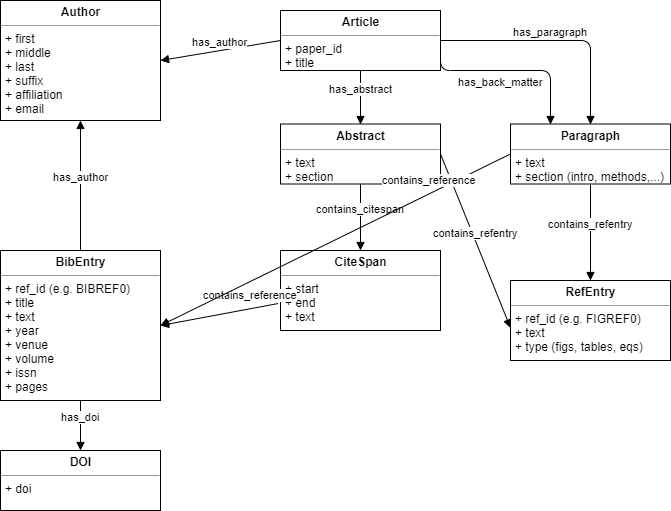
Earlier version of the draw.io export model/model.png (neobernad/covid19-knowledge-graph). Source tidied: cells renumbered, new cells last; positions are measured from the earlier drawing's top-left corner, leaving out a move shared by most shapes. Source of this version:
```xml
<mxGraphModel>
  <root>
    <mxCell id="0" />
    <mxCell id="1" parent="0" />
    <mxCell id="2" value="&lt;p style=&quot;margin: 0px ; margin-top: 4px ; text-align: center&quot;&gt;&lt;b&gt;Article&lt;/b&gt;&lt;/p&gt;&lt;hr size=&quot;1&quot;&gt;&lt;p style=&quot;margin: 0px ; margin-left: 4px&quot;&gt;+ paper_id&lt;br&gt;&lt;/p&gt;&lt;p style=&quot;margin: 0px ; margin-left: 4px&quot;&gt;+ title&lt;br&gt;&lt;/p&gt;" style="verticalAlign=top;align=left;overflow=fill;fontSize=12;fontFamily=Helvetica;html=1;" parent="1" vertex="1">
      <mxGeometry x="280" y="10" width="160" height="60" as="geometry" />
    </mxCell>
    <mxCell id="3" value="&lt;p style=&quot;margin: 0px ; margin-top: 4px ; text-align: center&quot;&gt;&lt;b&gt;Author&lt;/b&gt;&lt;/p&gt;&lt;hr size=&quot;1&quot;&gt;&lt;p style=&quot;margin: 0px ; margin-left: 4px&quot;&gt;+ first&lt;/p&gt;&lt;p style=&quot;margin: 0px ; margin-left: 4px&quot;&gt;+&amp;nbsp;middle&lt;/p&gt;&lt;p style=&quot;margin: 0px ; margin-left: 4px&quot;&gt;+&amp;nbsp;last&lt;/p&gt;&lt;p style=&quot;margin: 0px ; margin-left: 4px&quot;&gt;+&amp;nbsp;suffix&lt;/p&gt;&lt;p style=&quot;margin: 0px ; margin-left: 4px&quot;&gt;+&amp;nbsp;affiliation&lt;/p&gt;&lt;p style=&quot;margin: 0px ; margin-left: 4px&quot;&gt;+&amp;nbsp;email&lt;/p&gt;" style="verticalAlign=top;align=left;overflow=fill;fontSize=12;fontFamily=Helvetica;html=1;" parent="1" vertex="1">
      <mxGeometry width="160" height="120" as="geometry" />
    </mxCell>
    <mxCell id="4" value="has_author" style="html=1;verticalAlign=bottom;endArrow=block;entryX=1;entryY=0.5;entryDx=0;entryDy=0;exitX=0;exitY=0.5;exitDx=0;exitDy=0;" parent="1" edge="1" source="2" target="3">
      <mxGeometry relative="1" as="geometry" />
    </mxCell>
    <mxCell id="5" value="&lt;p style=&quot;margin: 4px 0px 0px ; text-align: center&quot;&gt;&lt;b&gt;Abstract&lt;/b&gt;&lt;br&gt;&lt;/p&gt;&lt;hr size=&quot;1&quot;&gt;&lt;p style=&quot;margin: 0px 0px 0px 4px&quot;&gt;+ text&lt;/p&gt;&lt;p style=&quot;margin: 0px 0px 0px 4px&quot;&gt;+&amp;nbsp;section&lt;/p&gt;" style="verticalAlign=top;align=left;overflow=fill;fontSize=12;fontFamily=Helvetica;html=1;" parent="1" vertex="1">
      <mxGeometry x="280" y="123.5" width="160" height="60" as="geometry" />
    </mxCell>
    <mxCell id="6" value="&lt;p style=&quot;margin: 4px 0px 0px ; text-align: center&quot;&gt;&lt;b&gt;CiteSpan&lt;/b&gt;&lt;br&gt;&lt;/p&gt;&lt;hr size=&quot;1&quot;&gt;&lt;p style=&quot;margin: 0px 0px 0px 4px&quot;&gt;+ start&lt;/p&gt;&lt;p style=&quot;margin: 0px 0px 0px 4px&quot;&gt;+ end&lt;/p&gt;&lt;p style=&quot;margin: 0px 0px 0px 4px&quot;&gt;+ text&lt;/p&gt;&lt;p style=&quot;margin: 0px 0px 0px 4px&quot;&gt;&lt;br&gt;&lt;/p&gt;" style="verticalAlign=top;align=left;overflow=fill;fontSize=12;fontFamily=Helvetica;html=1;" parent="1" vertex="1">
      <mxGeometry x="280" y="250" width="160" height="80" as="geometry" />
    </mxCell>
    <mxCell id="7" value="has_abstract" style="html=1;verticalAlign=bottom;endArrow=block;entryX=0.5;entryY=0;entryDx=0;entryDy=0;exitX=0.5;exitY=1;exitDx=0;exitDy=0;edgeStyle=orthogonalEdgeStyle;" parent="1" edge="1" source="2" target="5">
      <mxGeometry relative="1" as="geometry" />
    </mxCell>
    <mxCell id="8" value="contains_citespan" style="html=1;verticalAlign=bottom;endArrow=block;entryX=0.5;entryY=0;entryDx=0;entryDy=0;exitX=0.5;exitY=1;exitDx=0;exitDy=0;" parent="1" edge="1" source="5" target="6">
      <mxGeometry relative="1" as="geometry" />
    </mxCell>
    <mxCell id="9" value="&lt;p style=&quot;margin: 4px 0px 0px ; text-align: center&quot;&gt;&lt;b&gt;BibEntry&lt;/b&gt;&lt;br&gt;&lt;/p&gt;&lt;hr size=&quot;1&quot;&gt;&lt;p style=&quot;margin: 0px 0px 0px 4px&quot;&gt;+ ref_id (e.g. BIBREF0)&lt;/p&gt;&lt;p style=&quot;margin: 0px 0px 0px 4px&quot;&gt;+ title&lt;/p&gt;&lt;p style=&quot;margin: 0px 0px 0px 4px&quot;&gt;+ text&lt;/p&gt;&lt;p style=&quot;margin: 0px 0px 0px 4px&quot;&gt;+&amp;nbsp;year&lt;/p&gt;&lt;p style=&quot;margin: 0px 0px 0px 4px&quot;&gt;+&amp;nbsp;venue&lt;/p&gt;&lt;p style=&quot;margin: 0px 0px 0px 4px&quot;&gt;+&amp;nbsp;volume&lt;/p&gt;&lt;p style=&quot;margin: 0px 0px 0px 4px&quot;&gt;+ issn&lt;/p&gt;&lt;p style=&quot;margin: 0px 0px 0px 4px&quot;&gt;+&amp;nbsp;pages&lt;/p&gt;&lt;p style=&quot;margin: 0px 0px 0px 4px&quot;&gt;&lt;br&gt;&lt;/p&gt;" style="verticalAlign=top;align=left;overflow=fill;fontSize=12;fontFamily=Helvetica;html=1;" parent="1" vertex="1">
      <mxGeometry y="250" width="160" height="150" as="geometry" />
    </mxCell>
    <mxCell id="10" value="has_author" style="html=1;verticalAlign=bottom;endArrow=block;entryX=0.5;entryY=1;entryDx=0;entryDy=0;exitX=0.5;exitY=0;exitDx=0;exitDy=0;" parent="1" edge="1" source="9" target="3">
      <mxGeometry relative="1" as="geometry" />
    </mxCell>
    <mxCell id="11" value="contains_reference" style="html=1;verticalAlign=bottom;endArrow=block;entryX=1;entryY=0.5;entryDx=0;entryDy=0;exitX=-0.015;exitY=0.663;exitDx=0;exitDy=0;exitPerimeter=0;" parent="1" edge="1" source="6" target="9">
      <mxGeometry x="-0.55" y="-5" relative="1" as="geometry" />
    </mxCell>
    <mxCell id="12" value="&lt;p style=&quot;margin: 4px 0px 0px ; text-align: center&quot;&gt;&lt;b&gt;DOI&lt;/b&gt;&lt;br&gt;&lt;/p&gt;&lt;hr size=&quot;1&quot;&gt;&lt;p style=&quot;margin: 0px 0px 0px 4px&quot;&gt;+ doi&lt;/p&gt;" style="verticalAlign=top;align=left;overflow=fill;fontSize=12;fontFamily=Helvetica;html=1;" parent="1" vertex="1">
      <mxGeometry y="450" width="160" height="60" as="geometry" />
    </mxCell>
    <mxCell id="13" value="has_doi" style="html=1;verticalAlign=bottom;endArrow=block;entryX=0.5;entryY=0;entryDx=0;entryDy=0;exitX=0.5;exitY=1;exitDx=0;exitDy=0;" parent="1" edge="1" source="9" target="12">
      <mxGeometry relative="1" as="geometry" />
    </mxCell>
    <mxCell id="14" value="&lt;p style=&quot;margin: 4px 0px 0px ; text-align: center&quot;&gt;&lt;b&gt;RefEntry&lt;/b&gt;&lt;br&gt;&lt;/p&gt;&lt;hr size=&quot;1&quot;&gt;&lt;p style=&quot;margin: 0px 0px 0px 4px&quot;&gt;+ ref_id (e.g. FIGREF0)&lt;/p&gt;&lt;p style=&quot;margin: 0px 0px 0px 4px&quot;&gt;+ text&lt;/p&gt;&lt;p style=&quot;margin: 0px 0px 0px 4px&quot;&gt;+ type (figs, tables, eqs)&lt;/p&gt;&lt;p style=&quot;margin: 0px 0px 0px 4px&quot;&gt;&lt;br&gt;&lt;/p&gt;" style="verticalAlign=top;align=left;overflow=fill;fontSize=12;fontFamily=Helvetica;html=1;" parent="1" vertex="1">
      <mxGeometry x="510" y="280" width="160" height="80" as="geometry" />
    </mxCell>
    <mxCell id="15" value="contains_refentry" style="html=1;verticalAlign=bottom;endArrow=block;entryX=0;entryY=0.592;entryDx=0;entryDy=0;exitX=1;exitY=0.5;exitDx=0;exitDy=0;entryPerimeter=0;" parent="1" edge="1" source="5" target="14">
      <mxGeometry relative="1" as="geometry" />
    </mxCell>
    <mxCell id="16" value="&lt;p style=&quot;margin: 4px 0px 0px ; text-align: center&quot;&gt;&lt;b&gt;Paragraph&lt;/b&gt;&lt;br&gt;&lt;/p&gt;&lt;hr size=&quot;1&quot;&gt;&lt;p style=&quot;margin: 0px 0px 0px 4px&quot;&gt;+ text&lt;/p&gt;&lt;p style=&quot;margin: 0px 0px 0px 4px&quot;&gt;+&amp;nbsp;section (intro, methods,...)&lt;/p&gt;" style="verticalAlign=top;align=left;overflow=fill;fontSize=12;fontFamily=Helvetica;html=1;" parent="1" vertex="1">
      <mxGeometry x="510" y="123.5" width="160" height="60" as="geometry" />
    </mxCell>
    <mxCell id="17" value="has_paragraph" style="html=1;verticalAlign=bottom;endArrow=block;entryX=0.5;entryY=0;entryDx=0;entryDy=0;exitX=1;exitY=0.5;exitDx=0;exitDy=0;edgeStyle=orthogonalEdgeStyle;" parent="1" edge="1" source="2" target="16">
      <mxGeometry x="-0.06" relative="1" as="geometry" />
    </mxCell>
    <mxCell id="18" value="contains_reference" style="html=1;verticalAlign=bottom;endArrow=block;entryX=1;entryY=0.5;entryDx=0;entryDy=0;exitX=0;exitY=0.5;exitDx=0;exitDy=0;" parent="1" edge="1" source="16" target="9">
      <mxGeometry x="-0.55" y="-5" relative="1" as="geometry" />
    </mxCell>
    <mxCell id="19" value="contains_refentry" style="html=1;verticalAlign=bottom;endArrow=block;entryX=0.5;entryY=0;entryDx=0;entryDy=0;exitX=0.5;exitY=1;exitDx=0;exitDy=0;" parent="1" edge="1" source="16" target="14">
      <mxGeometry relative="1" as="geometry" />
    </mxCell>
    <mxCell id="20" value="has_back_matter" style="html=1;verticalAlign=bottom;endArrow=block;entryX=0.25;entryY=0;entryDx=0;entryDy=0;exitX=1;exitY=0.5;exitDx=0;exitDy=0;edgeStyle=orthogonalEdgeStyle;" parent="1" edge="1" source="2" target="16">
      <mxGeometry x="-0.07" y="-20" relative="1" as="geometry">
        <Array as="points">
          <mxPoint x="440" y="70" />
          <mxPoint x="550" y="70" />
        </Array>
      </mxGeometry>
    </mxCell>
  </root>
</mxGraphModel>
```
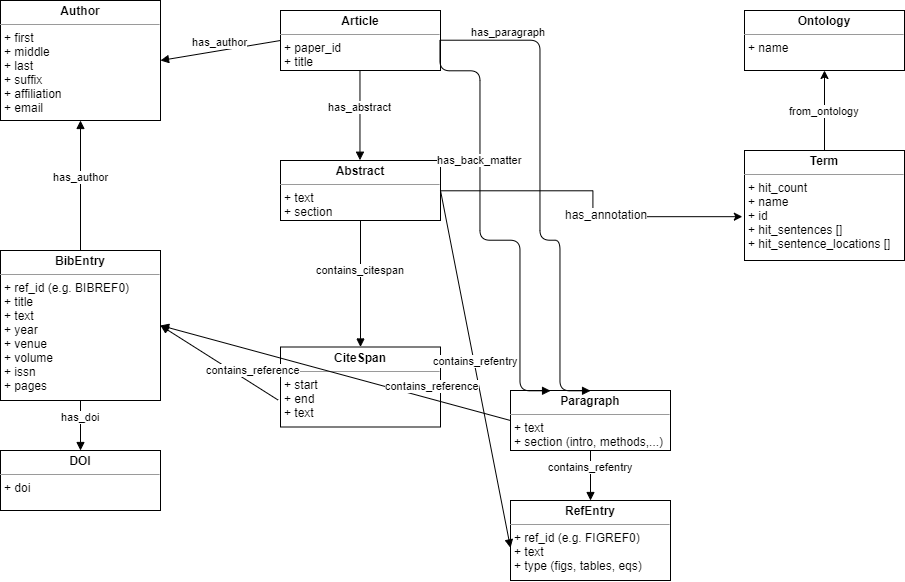
The same diagram one commit later.

Change to the diagram source:
```diff
@@ -11,17 +11,23 @@
     <mxCell id="4" value="has_author" style="html=1;verticalAlign=bottom;endArrow=block;entryX=1;entryY=0.5;entryDx=0;entryDy=0;exitX=0;exitY=0.5;exitDx=0;exitDy=0;" parent="1" edge="1" source="2" target="3">
       <mxGeometry relative="1" as="geometry" />
     </mxCell>
+    <mxCell id="21" style="edgeStyle=orthogonalEdgeStyle;rounded=0;jettySize=auto;html=1;entryX=-0.01;entryY=0.599;entryDx=0;entryDy=0;entryPerimeter=0;" parent="1" edge="1" source="5" target="25">
+      <mxGeometry relative="1" as="geometry" />
+    </mxCell>
+    <mxCell id="22" value="has_annotation" style="text;html=1;align=center;verticalAlign=middle;labelBackgroundColor=#ffffff;" parent="21" vertex="1">
+      <mxGeometry x="0.17" y="3" relative="1" as="geometry" />
+    </mxCell>
     <mxCell id="5" value="&lt;p style=&quot;margin: 4px 0px 0px ; text-align: center&quot;&gt;&lt;b&gt;Abstract&lt;/b&gt;&lt;br&gt;&lt;/p&gt;&lt;hr size=&quot;1&quot;&gt;&lt;p style=&quot;margin: 0px 0px 0px 4px&quot;&gt;+ text&lt;/p&gt;&lt;p style=&quot;margin: 0px 0px 0px 4px&quot;&gt;+&amp;nbsp;section&lt;/p&gt;" style="verticalAlign=top;align=left;overflow=fill;fontSize=12;fontFamily=Helvetica;html=1;" parent="1" vertex="1">
-      <mxGeometry x="280" y="123.5" width="160" height="60" as="geometry" />
+      <mxGeometry x="280" y="160" width="160" height="60" as="geometry" />
     </mxCell>
     <mxCell id="6" value="&lt;p style=&quot;margin: 4px 0px 0px ; text-align: center&quot;&gt;&lt;b&gt;CiteSpan&lt;/b&gt;&lt;br&gt;&lt;/p&gt;&lt;hr size=&quot;1&quot;&gt;&lt;p style=&quot;margin: 0px 0px 0px 4px&quot;&gt;+ start&lt;/p&gt;&lt;p style=&quot;margin: 0px 0px 0px 4px&quot;&gt;+ end&lt;/p&gt;&lt;p style=&quot;margin: 0px 0px 0px 4px&quot;&gt;+ text&lt;/p&gt;&lt;p style=&quot;margin: 0px 0px 0px 4px&quot;&gt;&lt;br&gt;&lt;/p&gt;" style="verticalAlign=top;align=left;overflow=fill;fontSize=12;fontFamily=Helvetica;html=1;" parent="1" vertex="1">
-      <mxGeometry x="280" y="250" width="160" height="80" as="geometry" />
+      <mxGeometry x="280" y="346.5" width="160" height="80" as="geometry" />
     </mxCell>
     <mxCell id="7" value="has_abstract" style="html=1;verticalAlign=bottom;endArrow=block;entryX=0.5;entryY=0;entryDx=0;entryDy=0;exitX=0.5;exitY=1;exitDx=0;exitDy=0;edgeStyle=orthogonalEdgeStyle;" parent="1" edge="1" source="2" target="5">
       <mxGeometry relative="1" as="geometry" />
     </mxCell>
     <mxCell id="8" value="contains_citespan" style="html=1;verticalAlign=bottom;endArrow=block;entryX=0.5;entryY=0;entryDx=0;entryDy=0;exitX=0.5;exitY=1;exitDx=0;exitDy=0;" parent="1" edge="1" source="5" target="6">
-      <mxGeometry relative="1" as="geometry" />
+      <mxGeometry x="-0.1" relative="1" as="geometry" />
     </mxCell>
     <mxCell id="9" value="&lt;p style=&quot;margin: 4px 0px 0px ; text-align: center&quot;&gt;&lt;b&gt;BibEntry&lt;/b&gt;&lt;br&gt;&lt;/p&gt;&lt;hr size=&quot;1&quot;&gt;&lt;p style=&quot;margin: 0px 0px 0px 4px&quot;&gt;+ ref_id (e.g. BIBREF0)&lt;/p&gt;&lt;p style=&quot;margin: 0px 0px 0px 4px&quot;&gt;+ title&lt;/p&gt;&lt;p style=&quot;margin: 0px 0px 0px 4px&quot;&gt;+ text&lt;/p&gt;&lt;p style=&quot;margin: 0px 0px 0px 4px&quot;&gt;+&amp;nbsp;year&lt;/p&gt;&lt;p style=&quot;margin: 0px 0px 0px 4px&quot;&gt;+&amp;nbsp;venue&lt;/p&gt;&lt;p style=&quot;margin: 0px 0px 0px 4px&quot;&gt;+&amp;nbsp;volume&lt;/p&gt;&lt;p style=&quot;margin: 0px 0px 0px 4px&quot;&gt;+ issn&lt;/p&gt;&lt;p style=&quot;margin: 0px 0px 0px 4px&quot;&gt;+&amp;nbsp;pages&lt;/p&gt;&lt;p style=&quot;margin: 0px 0px 0px 4px&quot;&gt;&lt;br&gt;&lt;/p&gt;" style="verticalAlign=top;align=left;overflow=fill;fontSize=12;fontFamily=Helvetica;html=1;" parent="1" vertex="1">
       <mxGeometry y="250" width="160" height="150" as="geometry" />
@@ -39,16 +45,23 @@
       <mxGeometry relative="1" as="geometry" />
     </mxCell>
     <mxCell id="14" value="&lt;p style=&quot;margin: 4px 0px 0px ; text-align: center&quot;&gt;&lt;b&gt;RefEntry&lt;/b&gt;&lt;br&gt;&lt;/p&gt;&lt;hr size=&quot;1&quot;&gt;&lt;p style=&quot;margin: 0px 0px 0px 4px&quot;&gt;+ ref_id (e.g. FIGREF0)&lt;/p&gt;&lt;p style=&quot;margin: 0px 0px 0px 4px&quot;&gt;+ text&lt;/p&gt;&lt;p style=&quot;margin: 0px 0px 0px 4px&quot;&gt;+ type (figs, tables, eqs)&lt;/p&gt;&lt;p style=&quot;margin: 0px 0px 0px 4px&quot;&gt;&lt;br&gt;&lt;/p&gt;" style="verticalAlign=top;align=left;overflow=fill;fontSize=12;fontFamily=Helvetica;html=1;" parent="1" vertex="1">
-      <mxGeometry x="510" y="280" width="160" height="80" as="geometry" />
+      <mxGeometry x="510" y="500" width="160" height="80" as="geometry" />
     </mxCell>
     <mxCell id="15" value="contains_refentry" style="html=1;verticalAlign=bottom;endArrow=block;entryX=0;entryY=0.592;entryDx=0;entryDy=0;exitX=1;exitY=0.5;exitDx=0;exitDy=0;entryPerimeter=0;" parent="1" edge="1" source="5" target="14">
       <mxGeometry relative="1" as="geometry" />
     </mxCell>
     <mxCell id="16" value="&lt;p style=&quot;margin: 4px 0px 0px ; text-align: center&quot;&gt;&lt;b&gt;Paragraph&lt;/b&gt;&lt;br&gt;&lt;/p&gt;&lt;hr size=&quot;1&quot;&gt;&lt;p style=&quot;margin: 0px 0px 0px 4px&quot;&gt;+ text&lt;/p&gt;&lt;p style=&quot;margin: 0px 0px 0px 4px&quot;&gt;+&amp;nbsp;section (intro, methods,...)&lt;/p&gt;" style="verticalAlign=top;align=left;overflow=fill;fontSize=12;fontFamily=Helvetica;html=1;" parent="1" vertex="1">
-      <mxGeometry x="510" y="123.5" width="160" height="60" as="geometry" />
+      <mxGeometry x="510" y="390" width="160" height="60" as="geometry" />
     </mxCell>
     <mxCell id="17" value="has_paragraph" style="html=1;verticalAlign=bottom;endArrow=block;entryX=0.5;entryY=0;entryDx=0;entryDy=0;exitX=1;exitY=0.5;exitDx=0;exitDy=0;edgeStyle=orthogonalEdgeStyle;" parent="1" edge="1" source="2" target="16">
-      <mxGeometry x="-0.06" relative="1" as="geometry" />
+      <mxGeometry x="-0.73" relative="1" as="geometry">
+        <Array as="points">
+          <mxPoint x="540" y="40" />
+          <mxPoint x="540" y="240" />
+          <mxPoint x="560" y="240" />
+          <mxPoint x="560" y="390" />
+        </Array>
+      </mxGeometry>
     </mxCell>
     <mxCell id="18" value="contains_reference" style="html=1;verticalAlign=bottom;endArrow=block;entryX=1;entryY=0.5;entryDx=0;entryDy=0;exitX=0;exitY=0.5;exitDx=0;exitDy=0;" parent="1" edge="1" source="16" target="9">
       <mxGeometry x="-0.55" y="-5" relative="1" as="geometry" />
@@ -57,12 +70,24 @@
       <mxGeometry relative="1" as="geometry" />
     </mxCell>
     <mxCell id="20" value="has_back_matter" style="html=1;verticalAlign=bottom;endArrow=block;entryX=0.25;entryY=0;entryDx=0;entryDy=0;exitX=1;exitY=0.5;exitDx=0;exitDy=0;edgeStyle=orthogonalEdgeStyle;" parent="1" edge="1" source="2" target="16">
-      <mxGeometry x="-0.07" y="-20" relative="1" as="geometry">
+      <mxGeometry x="-0.27" relative="1" as="geometry">
         <Array as="points">
           <mxPoint x="440" y="70" />
-          <mxPoint x="550" y="70" />
+          <mxPoint x="480" y="70" />
+          <mxPoint x="480" y="240" />
+          <mxPoint x="520" y="240" />
+          <mxPoint x="520" y="390" />
         </Array>
       </mxGeometry>
     </mxCell>
+    <mxCell id="23" value="&lt;p style=&quot;margin: 4px 0px 0px ; text-align: center&quot;&gt;&lt;b&gt;Ontology&lt;/b&gt;&lt;br&gt;&lt;/p&gt;&lt;hr size=&quot;1&quot;&gt;&lt;p style=&quot;margin: 0px 0px 0px 4px&quot;&gt;+ name&lt;/p&gt;" style="verticalAlign=top;align=left;overflow=fill;fontSize=12;fontFamily=Helvetica;html=1;" parent="1" vertex="1">
+      <mxGeometry x="744" y="10" width="160" height="60" as="geometry" />
+    </mxCell>
+    <mxCell id="24" value="from_ontology" style="edgeStyle=orthogonalEdgeStyle;rounded=0;jettySize=auto;html=1;" parent="1" edge="1" source="25" target="23">
+      <mxGeometry relative="1" as="geometry" />
+    </mxCell>
+    <mxCell id="25" value="&lt;p style=&quot;margin: 4px 0px 0px ; text-align: center&quot;&gt;&lt;b&gt;Term&lt;/b&gt;&lt;br&gt;&lt;/p&gt;&lt;hr size=&quot;1&quot;&gt;&lt;p style=&quot;margin: 0px 0px 0px 4px&quot;&gt;+ hit_count&lt;/p&gt;&lt;p style=&quot;margin: 0px 0px 0px 4px&quot;&gt;+&amp;nbsp;name&lt;/p&gt;&lt;p style=&quot;margin: 0px 0px 0px 4px&quot;&gt;+ id&lt;/p&gt;&lt;p style=&quot;margin: 0px 0px 0px 4px&quot;&gt;+&amp;nbsp;hit_sentences []&lt;/p&gt;&lt;p style=&quot;margin: 0px 0px 0px 4px&quot;&gt;+&amp;nbsp;hit_sentence_locations []&lt;/p&gt;" style="verticalAlign=top;align=left;overflow=fill;fontSize=12;fontFamily=Helvetica;html=1;" parent="1" vertex="1">
+      <mxGeometry x="744" y="150" width="160" height="110" as="geometry" />
+    </mxCell>
   </root>
 </mxGraphModel>
```
